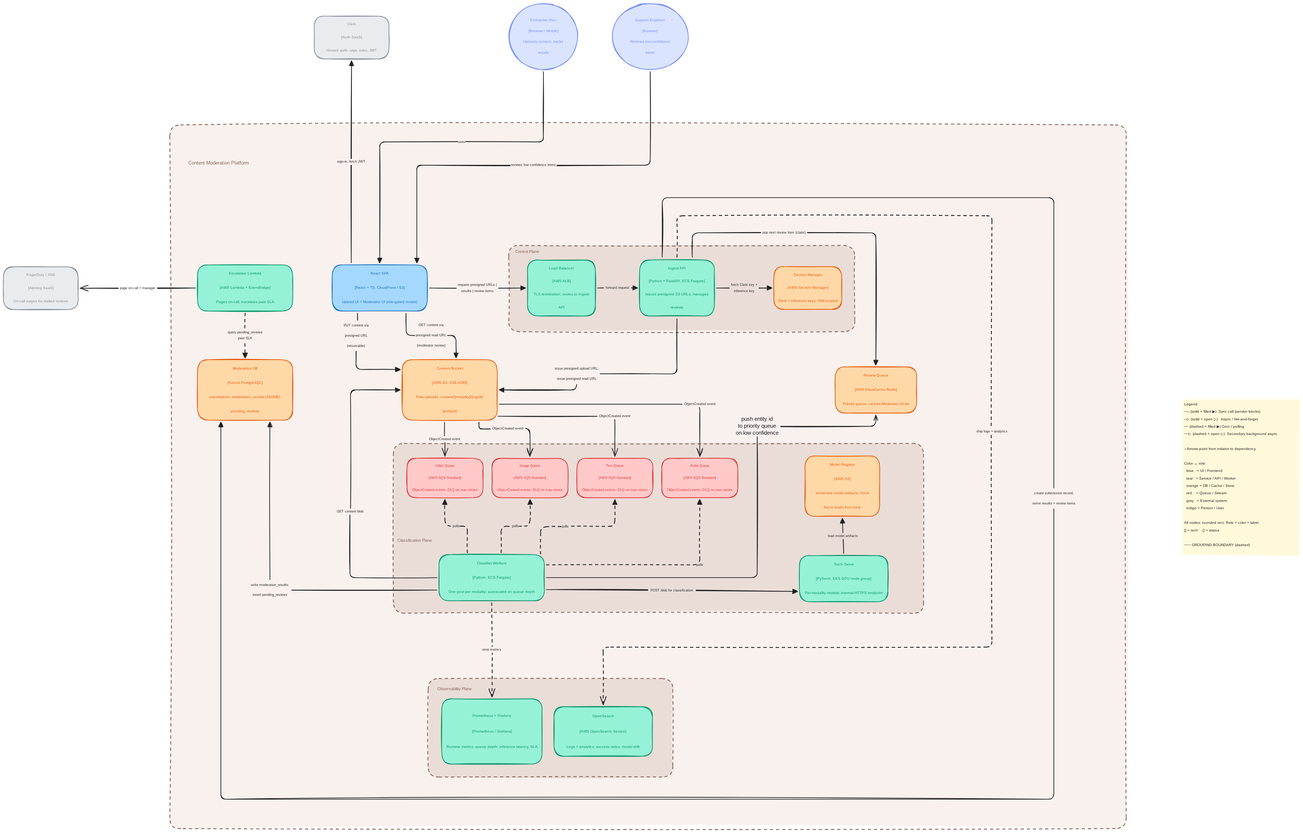
cmin764/portfolio keeps this Excalidraw diagram as public/diagrams/content-moderation.svg. Above is the earlier version. Source tidied: one line per element, renumbered; positions are measured from the earlier drawing's top-left corner, leaving out a move shared by most shapes.
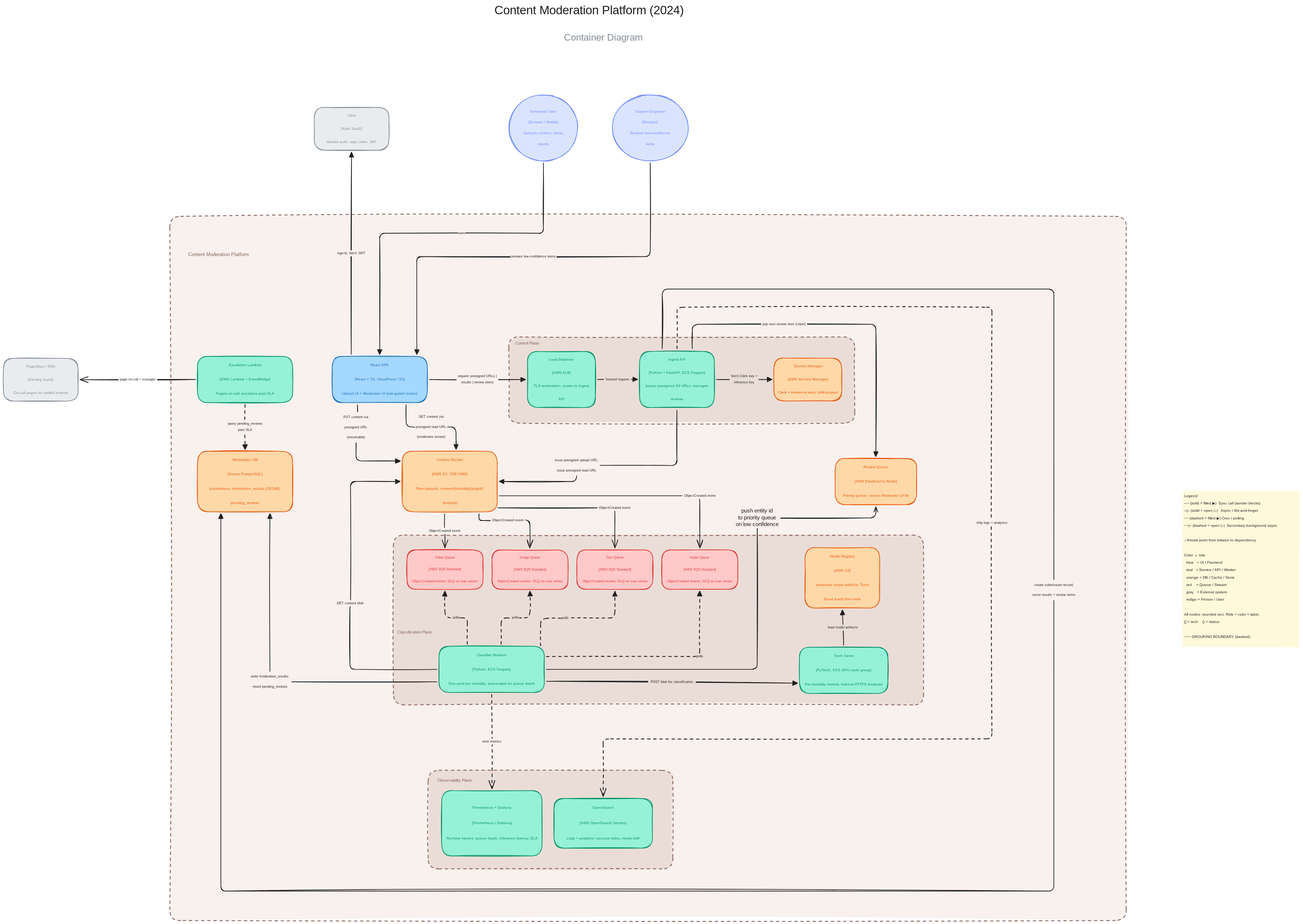
Above is the later version.

Commit message:
Update Content Moderation diagram: refreshed SVG, new Excalidraw URL

Change to the diagram source:
```diff
@@ -106,3 +106,5 @@
 {"id": 105, "type": "text", "text": "emit metrics", "strokeColor": "#1e1e1e", "strokeWidth": 2, "roughness": 1, "fontSize": 10, "fontFamily": 1, "textAlign": "center", "verticalAlign": "middle", "inside": 104, "x": 1412, "y": 1897, "width": 59, "height": 18}
 {"id": 106, "type": "arrow", "strokeColor": "#1e1e1e", "strokeWidth": 2, "strokeStyle": "dashed", "roughness": 1, "endArrowhead": "arrow", "from": 16, "to": 48, "x": 1982, "y": 747, "width": 1144, "height": 1439, "points": [[0, 0], [0, -122], [927, -122], [927, 1148], [-217, 1148], [-217, 1317]]}
 {"id": 107, "type": "text", "text": "ship logs + analytics", "strokeColor": "#1e1e1e", "strokeWidth": 2, "roughness": 1, "fontSize": 10, "fontFamily": 1, "textAlign": "center", "verticalAlign": "middle", "inside": 106, "x": 2859, "y": 1251, "width": 101, "height": 18}
+{"id": 108, "type": "text", "text": "Content Moderation Platform (2024)", "strokeColor": "#1e1e1e", "backgroundColor": "#ffd8a8", "fillStyle": "solid", "strokeWidth": 2, "roughness": 1, "fontSize": 36, "fontFamily": 5, "x": 1445, "y": -268, "width": 656, "height": 45}
+{"id": 109, "type": "text", "text": "Container Diagram", "strokeColor": "#868e96", "backgroundColor": "#ffd8a8", "fillStyle": "solid", "strokeWidth": 2, "roughness": 1, "fontSize": 28, "fontFamily": 5, "x": 1650, "y": -183, "width": 246, "height": 35}
```
